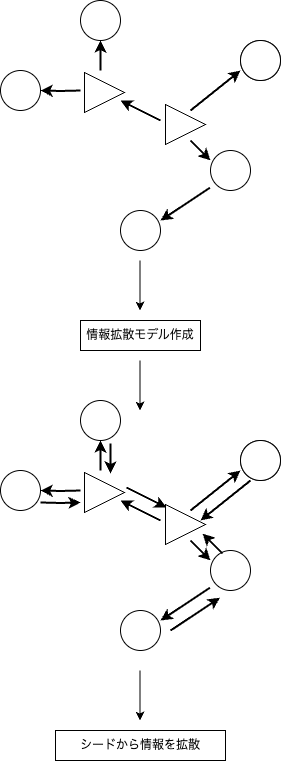
Rwatana/DrawImages keeps this draw.io diagram as exp_flow.drawio.png. Above is the earlier version. Source tidied: cells renumbered, new cells last; positions are measured from the earlier drawing's top-left corner, leaving out a move shared by most shapes.
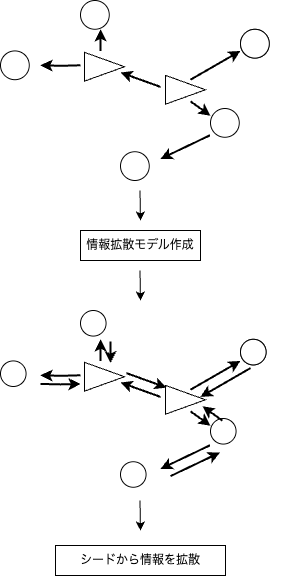
The same file after the commit.

Commit message:
exp_flow.drawio.png を更新します

The edit, as a diff of the source:
```diff
@@ -3,184 +3,190 @@
     <mxCell id="0" />
     <mxCell id="1" parent="0" />
     <mxCell id="2" value="情報拡散モデル作成" style="whiteSpace=wrap;html=1;" parent="1" vertex="1">
-      <mxGeometry x="80" y="320" width="120" height="30" as="geometry" />
+      <mxGeometry x="80" y="230" width="120" height="30" as="geometry" />
     </mxCell>
+    <mxCell id="17" style="endArrow=classic;html=1;rounded=0;" parent="1" edge="1">
+      <mxGeometry relative="1" as="geometry">
+        <mxPoint x="139.5" y="190" as="sourcePoint" />
+        <mxPoint x="140" y="220" as="targetPoint" />
+      </mxGeometry>
+    </mxCell>
+    <mxCell id="38" style="endArrow=classic;html=1;rounded=0;" parent="1" edge="1">
+      <mxGeometry relative="1" as="geometry">
+        <mxPoint x="139.5" y="270" as="sourcePoint" />
+        <mxPoint x="140" y="300" as="targetPoint" />
+      </mxGeometry>
+    </mxCell>
+    <mxCell id="40" value="シードから情報を拡散" style="whiteSpace=wrap;html=1;" parent="1" vertex="1">
+      <mxGeometry x="55" y="545" width="170" height="30" as="geometry" />
+    </mxCell>
+    <mxCell id="41" style="group;" parent="1" vertex="1">
+      <mxGeometry width="280" height="180" as="geometry" />
+    </mxCell>
-    <mxCell id="3" style="edgeStyle=orthogonalEdgeStyle;rounded=0;orthogonalLoop=1;jettySize=auto;html=1;exitX=0.5;exitY=0;exitDx=0;exitDy=0;entryX=0.5;entryY=1;entryDx=0;entryDy=0;strokeWidth=2;" parent="1" edge="1">
+    <mxCell id="3" style="edgeStyle=orthogonalEdgeStyle;rounded=0;orthogonalLoop=1;jettySize=auto;html=1;exitX=0.5;exitY=0;exitDx=0;exitDy=0;entryX=0.5;entryY=1;entryDx=0;entryDy=0;strokeWidth=2;" parent="41" edge="1">
       <mxGeometry relative="1" as="geometry">
-        <mxPoint x="100" y="70" as="sourcePoint" />
-        <mxPoint x="100" y="40" as="targetPoint" />
+        <mxPoint x="100" y="50.4" as="sourcePoint" />
+        <mxPoint x="100" y="28.8" as="targetPoint" />
       </mxGeometry>
     </mxCell>
-    <mxCell id="4" style="edgeStyle=orthogonalEdgeStyle;rounded=0;orthogonalLoop=1;jettySize=auto;html=1;exitX=0;exitY=0.5;exitDx=0;exitDy=0;entryX=1;entryY=0.5;entryDx=0;entryDy=0;strokeWidth=2;" parent="1" edge="1">
+    <mxCell id="4" style="edgeStyle=orthogonalEdgeStyle;rounded=0;orthogonalLoop=1;jettySize=auto;html=1;exitX=0;exitY=0.5;exitDx=0;exitDy=0;entryX=1;entryY=0.5;entryDx=0;entryDy=0;strokeWidth=2;" parent="41" edge="1">
       <mxGeometry relative="1" as="geometry">
-        <mxPoint x="80" y="90" as="sourcePoint" />
-        <mxPoint x="40" y="90" as="targetPoint" />
+        <mxPoint x="80" y="64.8" as="sourcePoint" />
+        <mxPoint x="40" y="64.8" as="targetPoint" />
       </mxGeometry>
     </mxCell>
-    <mxCell id="5" style="endArrow=classic;html=1;rounded=0;exitX=0.75;exitY=1;exitDx=0;exitDy=0;entryX=0.25;entryY=0.25;entryDx=0;entryDy=0;fontSize=11;entryPerimeter=0;strokeWidth=2;" parent="1" edge="1">
+    <mxCell id="5" style="endArrow=classic;html=1;rounded=0;exitX=0.75;exitY=1;exitDx=0;exitDy=0;entryX=0.25;entryY=0.25;entryDx=0;entryDy=0;fontSize=11;entryPerimeter=0;strokeWidth=2;" parent="41" edge="1">
       <mxGeometry relative="1" as="geometry">
-        <mxPoint x="190" y="140" as="sourcePoint" />
-        <mxPoint x="210" y="160" as="targetPoint" />
+        <mxPoint x="190" y="100.8" as="sourcePoint" />
+        <mxPoint x="210" y="115.2" as="targetPoint" />
       </mxGeometry>
     </mxCell>
-    <mxCell id="6" style="endArrow=classic;html=1;rounded=0;exitX=0.236;exitY=0.931;exitDx=0;exitDy=0;entryX=0.75;entryY=0.25;entryDx=0;entryDy=0;fontSize=11;entryPerimeter=0;exitPerimeter=0;strokeWidth=2;" parent="1" edge="1">
+    <mxCell id="6" style="endArrow=classic;html=1;rounded=0;exitX=0.236;exitY=0.931;exitDx=0;exitDy=0;entryX=0.75;entryY=0.25;entryDx=0;entryDy=0;fontSize=11;entryPerimeter=0;exitPerimeter=0;strokeWidth=2;" parent="41" edge="1">
       <mxGeometry relative="1" as="geometry">
-        <mxPoint x="209.4" y="187.2" as="sourcePoint" />
-        <mxPoint x="160" y="220" as="targetPoint" />
+        <mxPoint x="209.4" y="134.8" as="sourcePoint" />
+        <mxPoint x="160" y="158.4" as="targetPoint" />
       </mxGeometry>
     </mxCell>
-    <mxCell id="7" style="endArrow=classic;html=1;rounded=0;entryX=0.15;entryY=0.75;entryDx=0;entryDy=0;fontSize=11;entryPerimeter=0;exitX=0.75;exitY=0.25;exitDx=0;exitDy=0;exitPerimeter=0;strokeWidth=2;" parent="1" edge="1">
+    <mxCell id="7" style="endArrow=classic;html=1;rounded=0;entryX=0.15;entryY=0.75;entryDx=0;entryDy=0;fontSize=11;entryPerimeter=0;exitX=0.75;exitY=0.25;exitDx=0;exitDy=0;exitPerimeter=0;strokeWidth=2;" parent="41" edge="1">
       <mxGeometry relative="1" as="geometry">
-        <mxPoint x="190" y="110" as="sourcePoint" />
-        <mxPoint x="240" y="70" as="targetPoint" />
+        <mxPoint x="190" y="79.2" as="sourcePoint" />
+        <mxPoint x="240" y="50.4" as="targetPoint" />
       </mxGeometry>
     </mxCell>
-    <mxCell id="8" style="endArrow=classic;html=1;rounded=0;exitX=0;exitY=0.5;exitDx=0;exitDy=0;entryX=1;entryY=0.75;entryDx=0;entryDy=0;fontSize=11;strokeWidth=2;endFill=1;" parent="1" edge="1">
+    <mxCell id="8" style="endArrow=classic;html=1;rounded=0;exitX=0;exitY=0.5;exitDx=0;exitDy=0;entryX=1;entryY=0.75;entryDx=0;entryDy=0;fontSize=11;strokeWidth=2;endFill=1;" parent="41" edge="1">
       <mxGeometry relative="1" as="geometry">
-        <mxPoint x="160" y="120" as="sourcePoint" />
-        <mxPoint x="120" y="100" as="targetPoint" />
+        <mxPoint x="160" y="86.4" as="sourcePoint" />
+        <mxPoint x="120" y="72" as="targetPoint" />
       </mxGeometry>
     </mxCell>
-    <mxCell id="9" style="ellipse;whiteSpace=wrap;html=1;" parent="1" vertex="1">
-      <mxGeometry x="210" y="150" width="40" height="40" as="geometry" />
+    <mxCell id="9" style="ellipse;whiteSpace=wrap;html=1;" parent="41" vertex="1">
+      <mxGeometry x="210" y="108" width="28.8" height="28.8" as="geometry" />
     </mxCell>
-    <mxCell id="10" style="ellipse;whiteSpace=wrap;html=1;" parent="1" vertex="1">
-      <mxGeometry x="120" y="210" width="40" height="40" as="geometry" />
+    <mxCell id="10" style="ellipse;whiteSpace=wrap;html=1;" parent="41" vertex="1">
+      <mxGeometry x="120" y="151.2" width="28.8" height="28.8" as="geometry" />
     </mxCell>
-    <mxCell id="11" style="ellipse;whiteSpace=wrap;html=1;" parent="1" vertex="1">
-      <mxGeometry x="240" y="40" width="40" height="40" as="geometry" />
+    <mxCell id="11" style="ellipse;whiteSpace=wrap;html=1;" parent="41" vertex="1">
+      <mxGeometry x="240" y="28.8" width="28.8" height="28.8" as="geometry" />
     </mxCell>
-    <mxCell id="12" style="ellipse;whiteSpace=wrap;html=1;" parent="1" vertex="1">
-      <mxGeometry x="80" width="40" height="40" as="geometry" />
+    <mxCell id="12" style="ellipse;whiteSpace=wrap;html=1;" parent="41" vertex="1">
+      <mxGeometry x="80" width="28.8" height="28.8" as="geometry" />
     </mxCell>
-    <mxCell id="13" style="ellipse;whiteSpace=wrap;html=1;" parent="1" vertex="1">
-      <mxGeometry y="70" width="40" height="40" as="geometry" />
+    <mxCell id="13" style="ellipse;whiteSpace=wrap;html=1;" parent="41" vertex="1">
+      <mxGeometry y="50.4" width="28.8" height="28.8" as="geometry" />
     </mxCell>
-    <mxCell id="14" style="triangle;whiteSpace=wrap;html=1;" parent="1" vertex="1">
-      <mxGeometry x="165" y="104" width="40" height="40" as="geometry" />
+    <mxCell id="14" style="triangle;whiteSpace=wrap;html=1;" parent="41" vertex="1">
+      <mxGeometry x="165" y="74.9" width="40" height="28.8" as="geometry" />
     </mxCell>
-    <mxCell id="15" style="triangle;whiteSpace=wrap;html=1;" parent="1" vertex="1">
-      <mxGeometry x="84" y="72" width="40" height="40" as="geometry" />
+    <mxCell id="15" style="triangle;whiteSpace=wrap;html=1;" parent="41" vertex="1">
+      <mxGeometry x="84" y="51.8" width="40" height="28.8" as="geometry" />
     </mxCell>
-    <mxCell id="16" style="ellipse;whiteSpace=wrap;html=1;" parent="1" vertex="1">
-      <mxGeometry x="240" y="40" width="40" height="40" as="geometry" />
+    <mxCell id="16" style="ellipse;whiteSpace=wrap;html=1;" parent="41" vertex="1">
+      <mxGeometry x="240" y="28.8" width="28.8" height="28.8" as="geometry" />
     </mxCell>
-    <mxCell id="17" style="endArrow=classic;html=1;rounded=0;" parent="1" edge="1">
-      <mxGeometry relative="1" as="geometry">
-        <mxPoint x="139.5" y="260" as="sourcePoint" />
-        <mxPoint x="139.5" y="310" as="targetPoint" />
-      </mxGeometry>
-    </mxCell>
+    <mxCell id="42" style="group;" parent="1" vertex="1">
+      <mxGeometry y="310" width="280" height="180" as="geometry" />
+    </mxCell>
-    <mxCell id="18" style="edgeStyle=orthogonalEdgeStyle;rounded=0;orthogonalLoop=1;jettySize=auto;html=1;exitX=0.5;exitY=0;exitDx=0;exitDy=0;entryX=0.5;entryY=1;entryDx=0;entryDy=0;strokeWidth=2;" parent="1" edge="1">
+    <mxCell id="18" style="edgeStyle=orthogonalEdgeStyle;rounded=0;orthogonalLoop=1;jettySize=auto;html=1;exitX=0.5;exitY=0;exitDx=0;exitDy=0;entryX=0.5;entryY=1;entryDx=0;entryDy=0;strokeWidth=2;" parent="42" edge="1">
       <mxGeometry relative="1" as="geometry">
-        <mxPoint x="100" y="470" as="sourcePoint" />
-        <mxPoint x="100" y="440" as="targetPoint" />
+        <mxPoint x="100" y="50.4" as="sourcePoint" />
+        <mxPoint x="100" y="28.8" as="targetPoint" />
       </mxGeometry>
     </mxCell>
-    <mxCell id="19" style="edgeStyle=orthogonalEdgeStyle;rounded=0;orthogonalLoop=1;jettySize=auto;html=1;exitX=0;exitY=0.5;exitDx=0;exitDy=0;entryX=1;entryY=0.5;entryDx=0;entryDy=0;strokeWidth=2;" parent="1" edge="1">
+    <mxCell id="19" style="edgeStyle=orthogonalEdgeStyle;rounded=0;orthogonalLoop=1;jettySize=auto;html=1;exitX=0;exitY=0.5;exitDx=0;exitDy=0;entryX=1;entryY=0.5;entryDx=0;entryDy=0;strokeWidth=2;" parent="42" edge="1">
       <mxGeometry relative="1" as="geometry">
-        <mxPoint x="80" y="490" as="sourcePoint" />
-        <mxPoint x="40" y="490" as="targetPoint" />
+        <mxPoint x="80" y="64.8" as="sourcePoint" />
+        <mxPoint x="40" y="64.8" as="targetPoint" />
       </mxGeometry>
     </mxCell>
-    <mxCell id="20" style="endArrow=classic;html=1;rounded=0;exitX=0.75;exitY=1;exitDx=0;exitDy=0;entryX=0.25;entryY=0.25;entryDx=0;entryDy=0;fontSize=11;entryPerimeter=0;strokeWidth=2;" parent="1" edge="1">
+    <mxCell id="20" style="endArrow=classic;html=1;rounded=0;exitX=0.75;exitY=1;exitDx=0;exitDy=0;entryX=0.25;entryY=0.25;entryDx=0;entryDy=0;fontSize=11;entryPerimeter=0;strokeWidth=2;" parent="42" edge="1">
       <mxGeometry relative="1" as="geometry">
-        <mxPoint x="190" y="540" as="sourcePoint" />
-        <mxPoint x="210" y="560" as="targetPoint" />
+        <mxPoint x="190" y="100.8" as="sourcePoint" />
+        <mxPoint x="210" y="115.2" as="targetPoint" />
       </mxGeometry>
     </mxCell>
-    <mxCell id="21" style="endArrow=classic;html=1;rounded=0;exitX=0.236;exitY=0.931;exitDx=0;exitDy=0;entryX=0.75;entryY=0.25;entryDx=0;entryDy=0;fontSize=11;entryPerimeter=0;exitPerimeter=0;strokeWidth=2;" parent="1" edge="1">
+    <mxCell id="21" style="endArrow=classic;html=1;rounded=0;exitX=0.236;exitY=0.931;exitDx=0;exitDy=0;entryX=0.75;entryY=0.25;entryDx=0;entryDy=0;fontSize=11;entryPerimeter=0;exitPerimeter=0;strokeWidth=2;" parent="42" edge="1">
       <mxGeometry relative="1" as="geometry">
-        <mxPoint x="209.4" y="587.2" as="sourcePoint" />
-        <mxPoint x="160" y="620" as="targetPoint" />
+        <mxPoint x="209.4" y="134.8" as="sourcePoint" />
+        <mxPoint x="160" y="158.4" as="targetPoint" />
       </mxGeometry>
     </mxCell>
-    <mxCell id="22" style="endArrow=classic;html=1;rounded=0;entryX=0.15;entryY=0.75;entryDx=0;entryDy=0;fontSize=11;entryPerimeter=0;exitX=0.75;exitY=0.25;exitDx=0;exitDy=0;exitPerimeter=0;strokeWidth=2;" parent="1" edge="1">
+    <mxCell id="22" style="endArrow=classic;html=1;rounded=0;entryX=0.15;entryY=0.75;entryDx=0;entryDy=0;fontSize=11;entryPerimeter=0;exitX=0.75;exitY=0.25;exitDx=0;exitDy=0;exitPerimeter=0;strokeWidth=2;" parent="42" edge="1">
       <mxGeometry relative="1" as="geometry">
-        <mxPoint x="190" y="510" as="sourcePoint" />
-        <mxPoint x="240" y="470" as="targetPoint" />
+        <mxPoint x="190" y="79.2" as="sourcePoint" />
+        <mxPoint x="240" y="50.4" as="targetPoint" />
       </mxGeometry>
     </mxCell>
-    <mxCell id="23" style="endArrow=classic;html=1;rounded=0;exitX=0;exitY=0.5;exitDx=0;exitDy=0;entryX=1;entryY=0.75;entryDx=0;entryDy=0;fontSize=11;strokeWidth=2;endFill=1;" parent="1" edge="1">
+    <mxCell id="23" style="endArrow=classic;html=1;rounded=0;exitX=0;exitY=0.5;exitDx=0;exitDy=0;entryX=1;entryY=0.75;entryDx=0;entryDy=0;fontSize=11;strokeWidth=2;endFill=1;" parent="42" edge="1">
       <mxGeometry relative="1" as="geometry">
-        <mxPoint x="160" y="520" as="sourcePoint" />
-        <mxPoint x="120" y="500" as="targetPoint" />
+        <mxPoint x="160" y="86.4" as="sourcePoint" />
+        <mxPoint x="120" y="72" as="targetPoint" />
       </mxGeometry>
     </mxCell>
-    <mxCell id="24" style="ellipse;whiteSpace=wrap;html=1;" parent="1" vertex="1">
-      <mxGeometry x="210" y="550" width="40" height="40" as="geometry" />
+    <mxCell id="24" style="ellipse;whiteSpace=wrap;html=1;" parent="42" vertex="1">
+      <mxGeometry x="210" y="108" width="25.6" height="25.6" as="geometry" />
     </mxCell>
-    <mxCell id="25" style="ellipse;whiteSpace=wrap;html=1;" parent="1" vertex="1">
-      <mxGeometry x="120" y="610" width="40" height="40" as="geometry" />
+    <mxCell id="25" style="ellipse;whiteSpace=wrap;html=1;" parent="42" vertex="1">
+      <mxGeometry x="120" y="151.2" width="25.6" height="25.6" as="geometry" />
     </mxCell>
-    <mxCell id="26" style="ellipse;whiteSpace=wrap;html=1;" parent="1" vertex="1">
-      <mxGeometry x="240" y="440" width="40" height="40" as="geometry" />
+    <mxCell id="26" style="ellipse;whiteSpace=wrap;html=1;" parent="42" vertex="1">
+      <mxGeometry x="240" y="28.8" width="25.6" height="25.6" as="geometry" />
     </mxCell>
-    <mxCell id="27" style="ellipse;whiteSpace=wrap;html=1;" parent="1" vertex="1">
-      <mxGeometry x="80" y="400" width="40" height="40" as="geometry" />
+    <mxCell id="27" style="ellipse;whiteSpace=wrap;html=1;" parent="42" vertex="1">
+      <mxGeometry x="80" width="25.6" height="25.6" as="geometry" />
     </mxCell>
-    <mxCell id="28" style="ellipse;whiteSpace=wrap;html=1;" parent="1" vertex="1">
-      <mxGeometry y="470" width="40" height="40" as="geometry" />
+    <mxCell id="28" style="ellipse;whiteSpace=wrap;html=1;" parent="42" vertex="1">
+      <mxGeometry y="50.4" width="25.6" height="25.6" as="geometry" />
     </mxCell>
-    <mxCell id="29" style="triangle;whiteSpace=wrap;html=1;" parent="1" vertex="1">
-      <mxGeometry x="165" y="504" width="40" height="40" as="geometry" />
+    <mxCell id="29" style="triangle;whiteSpace=wrap;html=1;" parent="42" vertex="1">
+      <mxGeometry x="165" y="74.9" width="40" height="28.8" as="geometry" />
     </mxCell>
-    <mxCell id="30" style="triangle;whiteSpace=wrap;html=1;" parent="1" vertex="1">
-      <mxGeometry x="84" y="472" width="40" height="40" as="geometry" />
+    <mxCell id="30" style="triangle;whiteSpace=wrap;html=1;" parent="42" vertex="1">
+      <mxGeometry x="84" y="51.8" width="40" height="28.8" as="geometry" />
     </mxCell>
-    <mxCell id="31" style="ellipse;whiteSpace=wrap;html=1;" parent="1" vertex="1">
-      <mxGeometry x="240" y="440" width="40" height="40" as="geometry" />
+    <mxCell id="31" style="ellipse;whiteSpace=wrap;html=1;" parent="42" vertex="1">
+      <mxGeometry x="240" y="28.8" width="25.6" height="25.6" as="geometry" />
     </mxCell>
-    <mxCell id="32" style="endArrow=classic;html=1;rounded=0;exitX=0.236;exitY=0.931;exitDx=0;exitDy=0;entryX=0.75;entryY=0.25;entryDx=0;entryDy=0;fontSize=11;entryPerimeter=0;exitPerimeter=0;strokeWidth=2;" parent="1" edge="1">
+    <mxCell id="32" style="endArrow=classic;html=1;rounded=0;exitX=0.236;exitY=0.931;exitDx=0;exitDy=0;entryX=0.75;entryY=0.25;entryDx=0;entryDy=0;fontSize=11;entryPerimeter=0;exitPerimeter=0;strokeWidth=2;" parent="42" edge="1">
       <mxGeometry relative="1" as="geometry">
-        <mxPoint x="170" y="630" as="sourcePoint" />
-        <mxPoint x="219.4" y="597.2" as="targetPoint" />
+        <mxPoint x="170" y="165.6" as="sourcePoint" />
+        <mxPoint x="219.4" y="142" as="targetPoint" />
       </mxGeometry>
     </mxCell>
-    <mxCell id="33" style="endArrow=classic;html=1;rounded=0;exitX=0.75;exitY=1;exitDx=0;exitDy=0;entryX=0.25;entryY=0.25;entryDx=0;entryDy=0;fontSize=11;entryPerimeter=0;strokeWidth=2;" parent="1" edge="1">
+    <mxCell id="33" style="endArrow=classic;html=1;rounded=0;exitX=0.75;exitY=1;exitDx=0;exitDy=0;entryX=0.25;entryY=0.25;entryDx=0;entryDy=0;fontSize=11;entryPerimeter=0;strokeWidth=2;" parent="42" edge="1">
       <mxGeometry relative="1" as="geometry">
-        <mxPoint x="222" y="553" as="sourcePoint" />
-        <mxPoint x="202" y="533" as="targetPoint" />
+        <mxPoint x="222" y="110.2" as="sourcePoint" />
+        <mxPoint x="202" y="95.8" as="targetPoint" />
       </mxGeometry>
     </mxCell>
-    <mxCell id="34" style="endArrow=classic;html=1;rounded=0;entryX=0.15;entryY=0.75;entryDx=0;entryDy=0;fontSize=11;entryPerimeter=0;exitX=0.75;exitY=0.25;exitDx=0;exitDy=0;exitPerimeter=0;strokeWidth=2;" parent="1" edge="1">
+    <mxCell id="34" style="endArrow=classic;html=1;rounded=0;entryX=0.15;entryY=0.75;entryDx=0;entryDy=0;fontSize=11;entryPerimeter=0;exitX=0.75;exitY=0.25;exitDx=0;exitDy=0;exitPerimeter=0;strokeWidth=2;" parent="42" edge="1">
       <mxGeometry relative="1" as="geometry">
-        <mxPoint x="250" y="480" as="sourcePoint" />
-        <mxPoint x="200" y="520" as="targetPoint" />
+        <mxPoint x="250" y="57.6" as="sourcePoint" />
+        <mxPoint x="200" y="86.4" as="targetPoint" />
       </mxGeometry>
     </mxCell>
-    <mxCell id="35" style="endArrow=classic;html=1;rounded=0;exitX=0;exitY=0.5;exitDx=0;exitDy=0;entryX=1;entryY=0.75;entryDx=0;entryDy=0;fontSize=11;strokeWidth=2;endFill=1;" parent="1" edge="1">
+    <mxCell id="35" style="endArrow=classic;html=1;rounded=0;exitX=0;exitY=0.5;exitDx=0;exitDy=0;entryX=1;entryY=0.75;entryDx=0;entryDy=0;fontSize=11;strokeWidth=2;endFill=1;" parent="42" edge="1">
       <mxGeometry relative="1" as="geometry">
-        <mxPoint x="126" y="487" as="sourcePoint" />
-        <mxPoint x="166" y="507" as="targetPoint" />
+        <mxPoint x="126" y="62.6" as="sourcePoint" />
+        <mxPoint x="166" y="77" as="targetPoint" />
       </mxGeometry>
     </mxCell>
-    <mxCell id="36" style="edgeStyle=orthogonalEdgeStyle;rounded=0;orthogonalLoop=1;jettySize=auto;html=1;exitX=0.5;exitY=0;exitDx=0;exitDy=0;entryX=0.5;entryY=1;entryDx=0;entryDy=0;strokeWidth=2;" parent="1" edge="1">
+    <mxCell id="36" style="edgeStyle=orthogonalEdgeStyle;rounded=0;orthogonalLoop=1;jettySize=auto;html=1;exitX=0.5;exitY=0;exitDx=0;exitDy=0;entryX=0.5;entryY=1;entryDx=0;entryDy=0;strokeWidth=2;" parent="42" edge="1">
       <mxGeometry relative="1" as="geometry">
-        <mxPoint x="110" y="443" as="sourcePoint" />
-        <mxPoint x="110" y="473" as="targetPoint" />
+        <mxPoint x="110" y="31" as="sourcePoint" />
+        <mxPoint x="110" y="52.6" as="targetPoint" />
       </mxGeometry>
     </mxCell>
-    <mxCell id="37" style="edgeStyle=orthogonalEdgeStyle;rounded=0;orthogonalLoop=1;jettySize=auto;html=1;exitX=0;exitY=0.5;exitDx=0;exitDy=0;entryX=1;entryY=0.5;entryDx=0;entryDy=0;strokeWidth=2;" parent="1" edge="1">
+    <mxCell id="37" style="edgeStyle=orthogonalEdgeStyle;rounded=0;orthogonalLoop=1;jettySize=auto;html=1;exitX=0;exitY=0.5;exitDx=0;exitDy=0;entryX=1;entryY=0.5;entryDx=0;entryDy=0;strokeWidth=2;" parent="42" edge="1">
       <mxGeometry relative="1" as="geometry">
-        <mxPoint x="40" y="502" as="sourcePoint" />
-        <mxPoint x="80" y="502" as="targetPoint" />
+        <mxPoint x="40" y="73.4" as="sourcePoint" />
+        <mxPoint x="80" y="73.4" as="targetPoint" />
       </mxGeometry>
     </mxCell>
-    <mxCell id="38" style="endArrow=classic;html=1;rounded=0;" parent="1" edge="1">
-      <mxGeometry relative="1" as="geometry">
-        <mxPoint x="139.5" y="360" as="sourcePoint" />
-        <mxPoint x="139.5" y="410" as="targetPoint" />
-      </mxGeometry>
-    </mxCell>
-    <mxCell id="39" style="endArrow=classic;html=1;rounded=0;" parent="1" edge="1">
-      <mxGeometry relative="1" as="geometry">
-        <mxPoint x="139.5" y="670" as="sourcePoint" />
-        <mxPoint x="139.5" y="720" as="targetPoint" />
-      </mxGeometry>
-    </mxCell>
-    <mxCell id="40" value="シードから情報を拡散" style="whiteSpace=wrap;html=1;" parent="1" vertex="1">
-      <mxGeometry x="55" y="730" width="170" height="30" as="geometry" />
-    </mxCell>
+    <mxCell id="43" style="endArrow=classic;html=1;rounded=0;" parent="1" edge="1">
+      <mxGeometry relative="1" as="geometry">
+        <mxPoint x="139.5" y="500" as="sourcePoint" />
+        <mxPoint x="140" y="530" as="targetPoint" />
+      </mxGeometry>
+    </mxCell>
   </root>
 </mxGraphModel>
```
